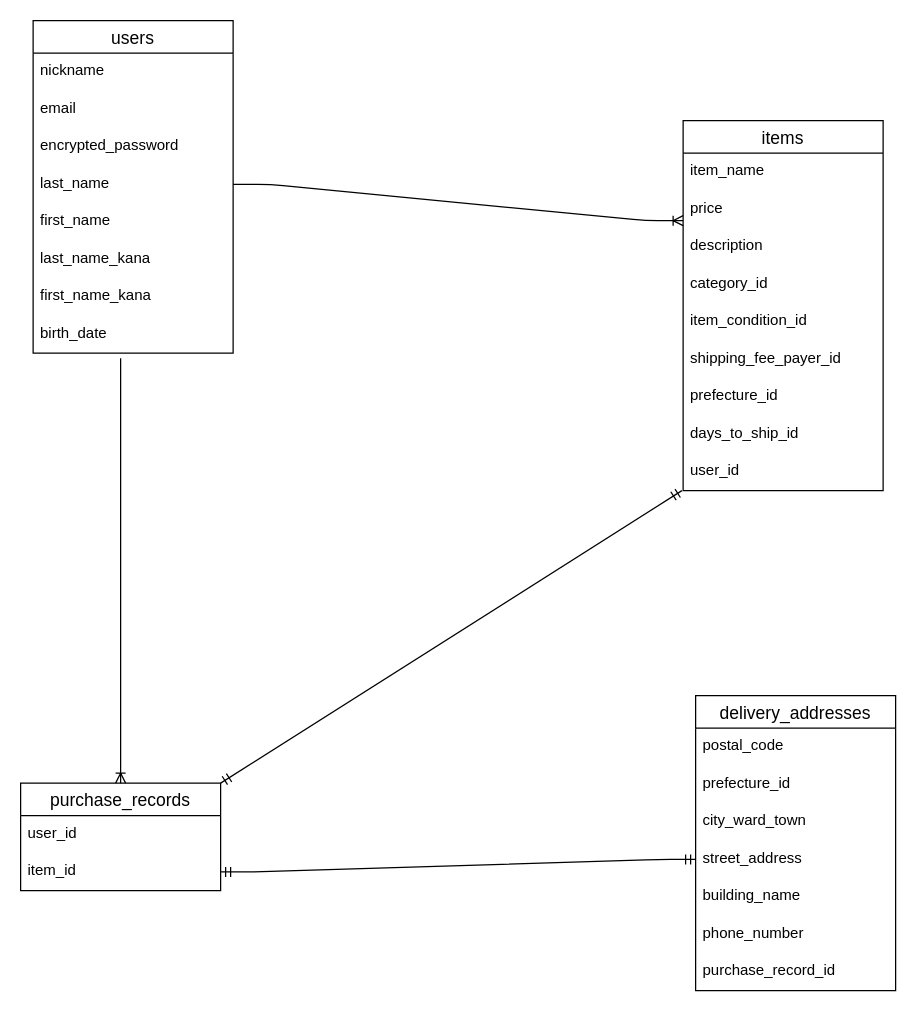
Above: furima.dio in 11517k/furima-40518 (draw.io), before the change. Source tidied: cells renumbered, new cells numbered last; positions are measured from the earlier drawing's top-left corner, leaving out a move shared by most shapes. Both pictures are drawn from the tidied source at 125%, with x=0, y=0 at pixel (20, 20).
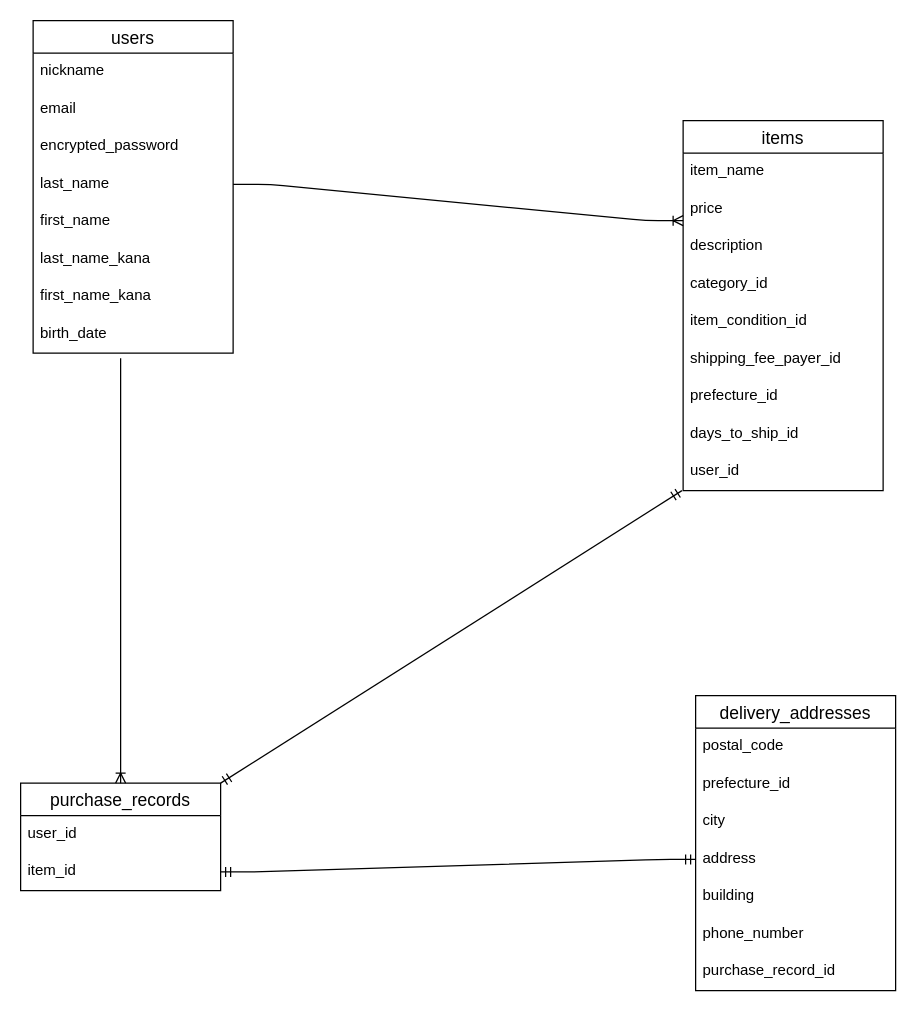
After the change.

Unchanged cells that the change refers to:
```xml
<mxCell id="21" value="delivery_addresses" style="swimlane;fontStyle=0;horizontal=1;startSize=26;align=center;fontSize=14;" parent="1" vertex="1">
  <mxGeometry x="540" y="540" width="160" height="236" as="geometry" />
</mxCell>
```

Change to the diagram source:
```diff
@@
-    <mxCell id="24" value="city_ward_town" style="text;strokeColor=none;fillColor=none;spacingLeft=4;spacingRight=4;overflow=hidden;fontSize=12;" parent="21" vertex="1">
+    <mxCell id="24" value="city" style="text;strokeColor=none;fillColor=none;spacingLeft=4;spacingRight=4;overflow=hidden;fontSize=12;" parent="21" vertex="1">
       <mxGeometry y="86" width="160" height="30" as="geometry" />
     </mxCell>
-    <mxCell id="25" value="street_address" style="text;strokeColor=none;fillColor=none;spacingLeft=4;spacingRight=4;overflow=hidden;points=[[0,0.5],[1,0.5]];portConstraint=eastwest;fontSize=12;" parent="21" vertex="1">
+    <mxCell id="25" value="address" style="text;strokeColor=none;fillColor=none;spacingLeft=4;spacingRight=4;overflow=hidden;points=[[0,0.5],[1,0.5]];portConstraint=eastwest;fontSize=12;" parent="21" vertex="1">
       <mxGeometry y="116" width="160" height="30" as="geometry" />
     </mxCell>
-    <mxCell id="26" value="building_name" style="text;strokeColor=none;fillColor=none;spacingLeft=4;spacingRight=4;overflow=hidden;fontSize=12;" parent="21" vertex="1">
+    <mxCell id="26" value="building" style="text;strokeColor=none;fillColor=none;spacingLeft=4;spacingRight=4;overflow=hidden;fontSize=12;" parent="21" vertex="1">
       <mxGeometry y="146" width="160" height="30" as="geometry" />
     </mxCell>
```
